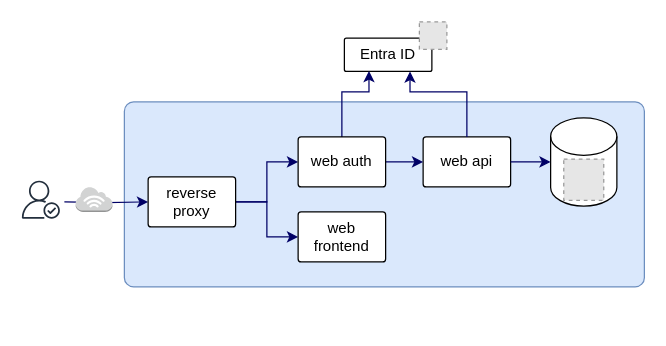
This is docs/media/architecture.drawio from ucl-arc-tre/portal, a draw.io file, before an edit. Source tidied: cells renumbered, new cells numbered last; positions are measured from the earlier drawing's top-left corner, leaving out a move shared by most shapes. Both pictures are drawn from the tidied source at 125%, with x=0, y=0 at pixel (21, 21). Pictures stored in the file or linked from it are replaced by grey dashed boxes.
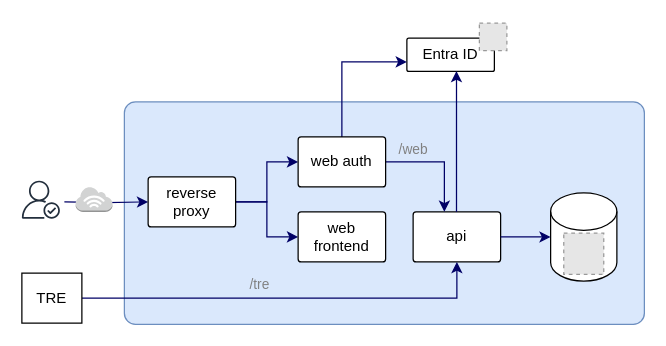
After the change.

The change refers to these unchanged cells:
```xml
<mxCell id="13" value="web auth" style="rounded=1;whiteSpace=wrap;html=1;arcSize=6;" parent="1" vertex="1">
  <mxGeometry x="221" y="92" width="70" height="40" as="geometry" />
</mxCell>
```

Diff of the diagram source:
```diff
@@
     <mxCell id="2" style="rounded=1;whiteSpace=wrap;html=1;arcSize=5;fillColor=#dae8fc;strokeColor=#6c8ebf;" parent="1" vertex="1">
-      <mxGeometry x="82" y="64" width="416" height="148" as="geometry" />
+      <mxGeometry x="82" y="64" width="416" height="178" as="geometry" />
     </mxCell>
     <mxCell id="3" value="Entra ID" style="rounded=1;whiteSpace=wrap;html=1;arcSize=6;" parent="1" vertex="1">
-      <mxGeometry x="258" y="13" width="70" height="26.6" as="geometry" />
+      <mxGeometry x="308" y="13" width="70" height="26.6" as="geometry" />
     </mxCell>
     <mxCell id="4" style="fillColor=#E6E6E6;strokeColor=#999999;dashed=1;verticalLabelPosition=bottom;labelBackgroundColor=default;verticalAlign=top;" parent="1" vertex="1">
-      <mxGeometry x="318" width="22" height="22" as="geometry" />
+      <mxGeometry x="366" y="1" width="22" height="22" as="geometry" />
     </mxCell>
@@
-    <mxCell id="10" value="web api" style="rounded=1;whiteSpace=wrap;html=1;arcSize=6;" parent="1" vertex="1">
-      <mxGeometry x="321" y="92" width="70" height="40" as="geometry" />
+    <mxCell id="10" value="api" style="rounded=1;whiteSpace=wrap;html=1;arcSize=6;" parent="1" vertex="1">
+      <mxGeometry x="313" y="152" width="70" height="40" as="geometry" />
     </mxCell>
     <mxCell id="11" style="edgeStyle=orthogonalEdgeStyle;rounded=0;jettySize=auto;html=1;strokeColor=#000066;" parent="1" edge="1" source="13" target="10">
-      <mxGeometry relative="1" as="geometry" />
+      <mxGeometry relative="1" as="geometry">
+        <Array as="points">
+          <mxPoint x="338" y="112" />
+        </Array>
+      </mxGeometry>
     </mxCell>
-    <mxCell id="12" style="edgeStyle=orthogonalEdgeStyle;rounded=0;jettySize=auto;html=1;entryX=0.281;entryY=0.988;entryDx=0;entryDy=0;strokeColor=#000066;entryPerimeter=0;" parent="1" edge="1" source="13" target="3">
+    <mxCell id="12" style="edgeStyle=orthogonalEdgeStyle;rounded=0;jettySize=auto;html=1;strokeColor=#000066;" parent="1" edge="1" source="13">
       <mxGeometry relative="1" as="geometry">
+        <mxPoint x="308" y="32" as="targetPoint" />
         <Array as="points">
-          <mxPoint x="256" y="56" />
-          <mxPoint x="278" y="56" />
-          <mxPoint x="278" y="39" />
+          <mxPoint x="256" y="32" />
+          <mxPoint x="308" y="32" />
         </Array>
       </mxGeometry>
     </mxCell>
@@
     <mxCell id="14" style="shape=cylinder3;whiteSpace=wrap;html=1;boundedLbl=1;backgroundOutline=1;size=15;" parent="1" vertex="1">
-      <mxGeometry x="423" y="76.7" width="53" height="70.7" as="geometry" />
+      <mxGeometry x="423" y="136.7" width="53" height="70.7" as="geometry" />
     </mxCell>
     <mxCell id="15" style="fillColor=#E6E6E6;strokeColor=#999999;dashed=1;verticalLabelPosition=bottom;labelBackgroundColor=default;verticalAlign=top;" parent="1" vertex="1">
-      <mxGeometry x="433.5" y="109.7" width="32" height="33" as="geometry" />
+      <mxGeometry x="433.5" y="169" width="32" height="33" as="geometry" />
     </mxCell>
@@
-    <mxCell id="19" style="edgeStyle=orthogonalEdgeStyle;rounded=0;jettySize=auto;html=1;strokeColor=#000066;exitX=0.5;exitY=0;exitDx=0;exitDy=0;entryX=0.75;entryY=1;entryDx=0;entryDy=0;" parent="1" edge="1" source="10" target="3">
+    <mxCell id="19" style="edgeStyle=orthogonalEdgeStyle;rounded=0;jettySize=auto;html=1;strokeColor=#000066;exitX=0.5;exitY=0;exitDx=0;exitDy=0;entryX=0.567;entryY=0.99;entryDx=0;entryDy=0;entryPerimeter=0;" parent="1" edge="1" source="10" target="3">
       <mxGeometry relative="1" as="geometry">
         <Array as="points">
-          <mxPoint x="356" y="56" />
-          <mxPoint x="310" y="56" />
+          <mxPoint x="348" y="39" />
         </Array>
       </mxGeometry>
     </mxCell>
+    <mxCell id="20" style="edgeStyle=orthogonalEdgeStyle;rounded=0;jettySize=auto;html=1;entryX=0.5;entryY=1;entryDx=0;entryDy=0;strokeColor=#000066;" parent="1" edge="1" source="21" target="10">
+      <mxGeometry relative="1" as="geometry" />
+    </mxCell>
+    <mxCell id="21" value="TRE" style="rounded=0;whiteSpace=wrap;html=1;" parent="1" vertex="1">
+      <mxGeometry y="201" width="48" height="40" as="geometry" />
+    </mxCell>
+    <mxCell id="22" value="/web" style="text;html=1;strokeColor=none;fillColor=none;align=center;verticalAlign=middle;whiteSpace=wrap;rounded=0;fontColor=#808080;fontSize=11;" parent="1" vertex="1">
+      <mxGeometry x="291" y="91.7" width="45" height="20" as="geometry" />
+    </mxCell>
+    <mxCell id="23" value="/tre" style="text;html=1;strokeColor=none;fillColor=none;align=center;verticalAlign=middle;whiteSpace=wrap;rounded=0;fontColor=#808080;fontSize=11;" parent="1" vertex="1">
+      <mxGeometry x="168" y="200" width="45" height="20" as="geometry" />
+    </mxCell>
```
